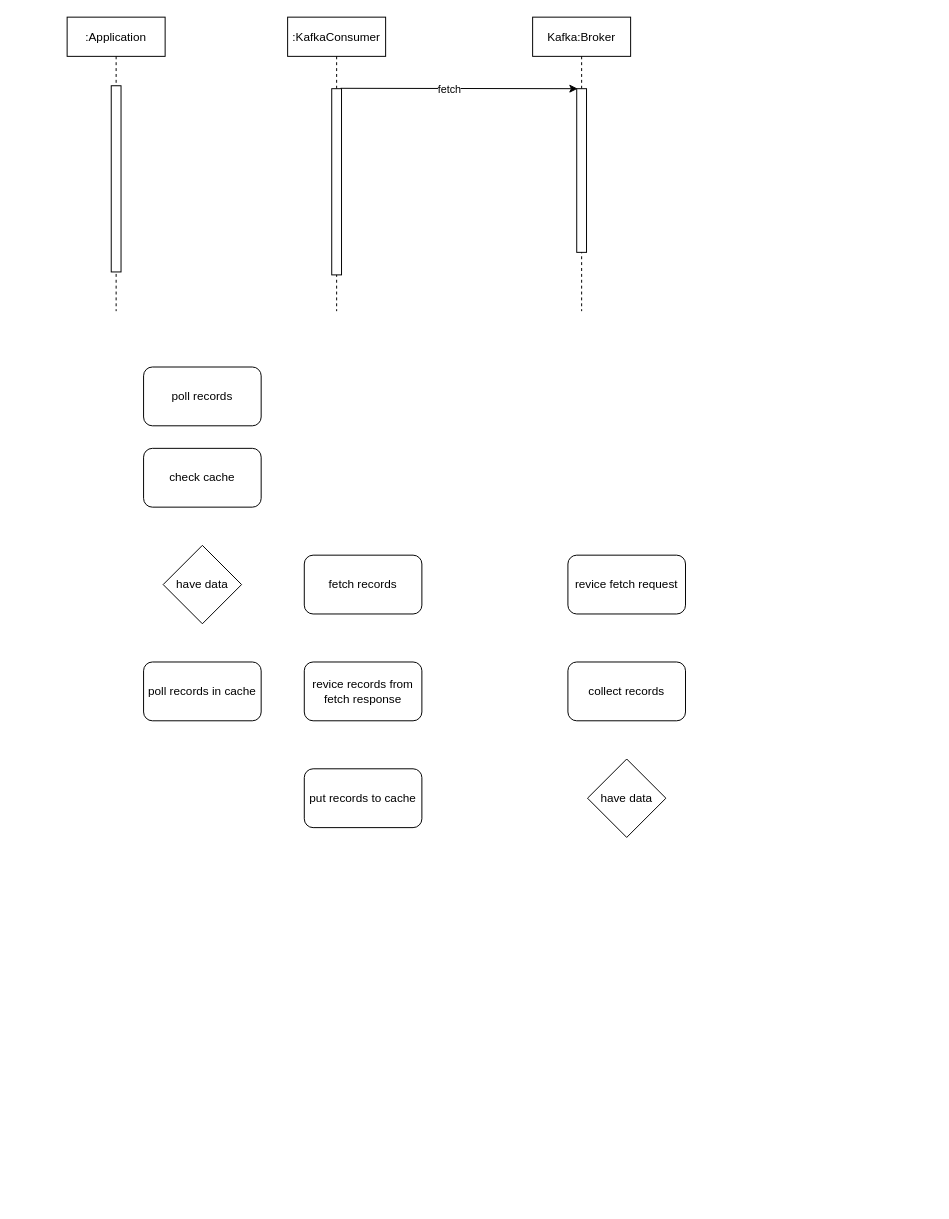
Before: Untitled Diagram.drawio in minhtran-q/kafka-knownledge, a draw.io diagram. Source tidied: cells renumbered, new cells numbered last; positions are measured from the earlier drawing's top-left corner, leaving out a move shared by most shapes. Both pictures are drawn from the tidied source at 98%, with x=0, y=0 at pixel (67, 17).
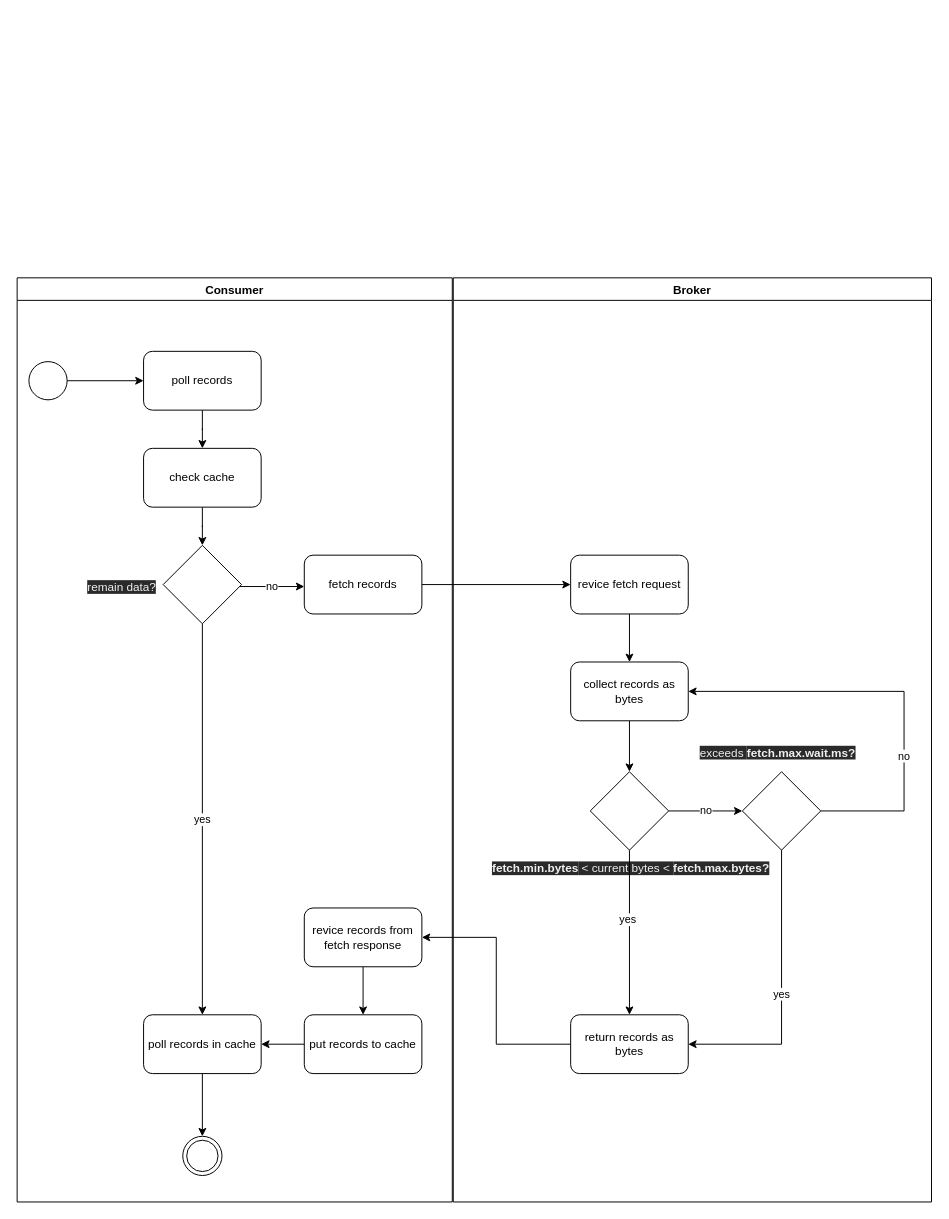
After the change.

The change refers to these unchanged cells:
```xml
<mxCell id="10" value="fetch records" style="rounded=1;whiteSpace=wrap;html=1;" parent="1" vertex="1">
  <mxGeometry x="242" y="549" width="120" height="60" as="geometry" />
</mxCell>
<mxCell id="16" value="check cache" style="rounded=1;whiteSpace=wrap;html=1;" parent="1" vertex="1">
  <mxGeometry x="78" y="440" width="120" height="60" as="geometry" />
</mxCell>
```

What changed in the source:
```diff
@@
-    <mxCell id="2" value=":KafkaConsumer" style="shape=umlLifeline;perimeter=lifelinePerimeter;rounded=0;shadow=0;strokeWidth=1;" parent="1" vertex="1">
-      <mxGeometry x="225" width="100" height="300" as="geometry" />
-    </mxCell>
-    <mxCell id="3" style="perimeter=orthogonalPerimeter;rounded=0;shadow=0;strokeWidth=1;" parent="2" vertex="1">
-      <mxGeometry x="45" y="73" width="10" height="190" as="geometry" />
-    </mxCell>
-    <mxCell id="4" value="Kafka:Broker" style="shape=umlLifeline;perimeter=lifelinePerimeter;rounded=0;shadow=0;strokeWidth=1;" parent="1" vertex="1">
-      <mxGeometry x="475" width="100" height="300" as="geometry" />
-    </mxCell>
-    <mxCell id="5" style="perimeter=orthogonalPerimeter;rounded=0;shadow=0;strokeWidth=1;" parent="4" vertex="1">
-      <mxGeometry x="45" y="73" width="10" height="167" as="geometry" />
-    </mxCell>
-    <mxCell id="6" value=":Application" style="shape=umlLifeline;perimeter=lifelinePerimeter;rounded=0;shadow=0;strokeWidth=1;" parent="1" vertex="1">
-      <mxGeometry width="100" height="300" as="geometry" />
-    </mxCell>
-    <mxCell id="7" style="perimeter=orthogonalPerimeter;rounded=0;shadow=0;strokeWidth=1;" parent="6" vertex="1">
-      <mxGeometry x="45" y="70" width="10" height="190" as="geometry" />
-    </mxCell>
-    <mxCell id="8" style="endArrow=classic;html=1;rounded=0;exitX=0.54;exitY=0.242;exitDx=0;exitDy=0;exitPerimeter=0;" parent="1" edge="1" source="2">
-      <mxGeometry relative="1" as="geometry">
-        <mxPoint x="521" y="73" as="targetPoint" />
-      </mxGeometry>
-    </mxCell>
-    <mxCell id="9" value="fetch" style="edgeLabel;html=1;align=center;verticalAlign=middle;" parent="8" vertex="1">
-      <mxGeometry x="0.2" y="-1" relative="1" as="geometry">
-        <mxPoint x="-34" as="offset" />
-      </mxGeometry>
-    </mxCell>
+    <mxCell id="20" style="edgeStyle=orthogonalEdgeStyle;rounded=0;jettySize=auto;html=1;" parent="1" edge="1" source="10" target="11">
+      <mxGeometry relative="1" as="geometry" />
+    </mxCell>
@@
+    <mxCell id="21" style="edgeStyle=orthogonalEdgeStyle;rounded=0;jettySize=auto;html=1;" parent="1" edge="1" source="11" target="12">
+      <mxGeometry relative="1" as="geometry" />
+    </mxCell>
     <mxCell id="11" value="revice fetch request" style="rounded=1;whiteSpace=wrap;html=1;" parent="1" vertex="1">
-      <mxGeometry x="511" y="549" width="120" height="60" as="geometry" />
+      <mxGeometry x="513.8" y="549" width="120" height="60" as="geometry" />
     </mxCell>
+    <mxCell id="22" style="edgeStyle=orthogonalEdgeStyle;rounded=0;jettySize=auto;html=1;" parent="1" edge="1" source="12" target="36">
+      <mxGeometry relative="1" as="geometry" />
+    </mxCell>
-    <mxCell id="12" value="collect records" style="rounded=1;whiteSpace=wrap;html=1;" parent="1" vertex="1">
-      <mxGeometry x="511" y="658" width="120" height="60" as="geometry" />
+    <mxCell id="12" value="collect records as bytes" style="rounded=1;whiteSpace=wrap;html=1;" parent="1" vertex="1">
+      <mxGeometry x="513.8" y="658" width="120" height="60" as="geometry" />
     </mxCell>
+    <mxCell id="23" style="edgeStyle=orthogonalEdgeStyle;rounded=0;jettySize=auto;html=1;" parent="1" edge="1" source="13" target="16">
+      <mxGeometry relative="1" as="geometry" />
+    </mxCell>
     <mxCell id="13" value="poll records" style="rounded=1;whiteSpace=wrap;html=1;" parent="1" vertex="1">
-      <mxGeometry x="78" y="357" width="120" height="60" as="geometry" />
+      <mxGeometry x="78" y="341" width="120" height="60" as="geometry" />
     </mxCell>
+    <mxCell id="24" value="no" style="edgeStyle=orthogonalEdgeStyle;rounded=0;jettySize=auto;html=1;" parent="1" edge="1" source="14" target="10">
+      <mxGeometry relative="1" as="geometry">
+        <Array as="points">
+          <mxPoint x="203" y="581" />
+          <mxPoint x="203" y="581" />
+        </Array>
+      </mxGeometry>
+    </mxCell>
+    <mxCell id="25" value="yes" style="edgeStyle=orthogonalEdgeStyle;rounded=0;jettySize=auto;html=1;" parent="1" edge="1" source="14" target="15">
+      <mxGeometry relative="1" as="geometry" />
+    </mxCell>
-    <mxCell id="14" value="have data" style="rhombus;whiteSpace=wrap;html=1;" parent="1" vertex="1">
+    <mxCell id="14" style="rhombus;whiteSpace=wrap;html=1;" parent="1" vertex="1">
       <mxGeometry x="98" y="539" width="80" height="80" as="geometry" />
     </mxCell>
+    <mxCell id="26" style="edgeStyle=orthogonalEdgeStyle;rounded=0;jettySize=auto;html=1;" parent="1" edge="1" source="15" target="41">
+      <mxGeometry relative="1" as="geometry" />
+    </mxCell>
     <mxCell id="15" value="poll records in cache" style="rounded=1;whiteSpace=wrap;html=1;" parent="1" vertex="1">
-      <mxGeometry x="78" y="658" width="120" height="60" as="geometry" />
+      <mxGeometry x="78" y="1018" width="120" height="60" as="geometry" />
     </mxCell>
+    <mxCell id="27" style="edgeStyle=orthogonalEdgeStyle;rounded=0;jettySize=auto;html=1;" parent="1" edge="1" source="16" target="14">
+      <mxGeometry relative="1" as="geometry" />
+    </mxCell>
@@
+    <mxCell id="28" style="edgeStyle=orthogonalEdgeStyle;rounded=0;jettySize=auto;html=1;" parent="1" edge="1" source="17" target="18">
+      <mxGeometry relative="1" as="geometry" />
+    </mxCell>
     <mxCell id="17" value="revice records from fetch response" style="rounded=1;whiteSpace=wrap;html=1;" parent="1" vertex="1">
-      <mxGeometry x="242" y="658" width="120" height="60" as="geometry" />
+      <mxGeometry x="242" y="909" width="120" height="60" as="geometry" />
     </mxCell>
+    <mxCell id="29" style="edgeStyle=orthogonalEdgeStyle;rounded=0;jettySize=auto;html=1;" parent="1" edge="1" source="18" target="15">
+      <mxGeometry relative="1" as="geometry" />
+    </mxCell>
     <mxCell id="18" value="put records to cache" style="rounded=1;whiteSpace=wrap;html=1;" parent="1" vertex="1">
-      <mxGeometry x="242" y="767" width="120" height="60" as="geometry" />
+      <mxGeometry x="242" y="1018" width="120" height="60" as="geometry" />
     </mxCell>
-    <mxCell id="19" value="have data" style="rhombus;whiteSpace=wrap;html=1;" parent="1" vertex="1">
-      <mxGeometry x="531" y="757" width="80" height="80" as="geometry" />
-    </mxCell>
+    <mxCell id="30" value="&lt;span style=&quot;color: rgb(240 , 240 , 240) ; font-family: &amp;#34;helvetica&amp;#34; ; font-size: 12px ; font-style: normal ; letter-spacing: normal ; text-align: center ; text-indent: 0px ; text-transform: none ; word-spacing: 0px ; background-color: rgb(42 , 42 , 42) ; display: inline ; float: none&quot;&gt;&lt;b&gt;fetch.min.bytes&lt;/b&gt;&lt;/span&gt;&lt;span style=&quot;color: rgb(240 , 240 , 240) ; font-family: &amp;#34;helvetica&amp;#34; ; font-size: 12px ; font-style: normal ; font-weight: 400 ; letter-spacing: normal ; text-align: center ; text-indent: 0px ; text-transform: none ; word-spacing: 0px ; background-color: rgb(42 , 42 , 42) ; display: inline ; float: none&quot;&gt; &amp;lt; current bytes &amp;lt; &lt;/span&gt;&lt;span style=&quot;color: rgb(240 , 240 , 240) ; font-family: &amp;#34;helvetica&amp;#34; ; font-size: 12px ; font-style: normal ; letter-spacing: normal ; text-align: center ; text-indent: 0px ; text-transform: none ; word-spacing: 0px ; background-color: rgb(42 , 42 , 42) ; display: inline ; float: none&quot;&gt;&lt;b&gt;fetch.max.bytes?&lt;/b&gt;&lt;/span&gt;" style="text;whiteSpace=wrap;html=1;" parent="1" vertex="1">
+      <mxGeometry x="432" y="855" width="289.5" height="28" as="geometry" />
+    </mxCell>
+    <mxCell id="31" style="edgeStyle=orthogonalEdgeStyle;rounded=0;jettySize=auto;html=1;entryX=1;entryY=0.5;entryDx=0;entryDy=0;" parent="1" edge="1" source="32" target="17">
+      <mxGeometry relative="1" as="geometry" />
+    </mxCell>
+    <mxCell id="32" value="return records as bytes" style="rounded=1;whiteSpace=wrap;html=1;" parent="1" vertex="1">
+      <mxGeometry x="513.8" y="1018" width="120" height="60" as="geometry" />
+    </mxCell>
+    <mxCell id="33" style="edgeStyle=orthogonalEdgeStyle;rounded=0;jettySize=auto;html=1;" parent="1" edge="1" source="36" target="32">
+      <mxGeometry relative="1" as="geometry" />
+    </mxCell>
+    <mxCell id="34" value="yes" style="edgeLabel;html=1;align=center;verticalAlign=middle;" parent="33" vertex="1">
+      <mxGeometry x="-0.17" y="-2" relative="1" as="geometry" />
+    </mxCell>
+    <mxCell id="35" value="no" style="edgeStyle=orthogonalEdgeStyle;rounded=0;jettySize=auto;html=1;entryX=0;entryY=0.5;entryDx=0;entryDy=0;" parent="1" edge="1" source="36" target="43">
+      <mxGeometry relative="1" as="geometry" />
+    </mxCell>
+    <mxCell id="36" style="rhombus;whiteSpace=wrap;html=1;" parent="1" vertex="1">
+      <mxGeometry x="533.8" y="770" width="80" height="80" as="geometry" />
+    </mxCell>
+    <mxCell id="37" style="edgeStyle=orthogonalEdgeStyle;rounded=0;jettySize=auto;html=1;" parent="1" edge="1" source="38" target="13">
+      <mxGeometry relative="1" as="geometry" />
+    </mxCell>
+    <mxCell id="38" style="ellipse;whiteSpace=wrap;html=1;" parent="1" vertex="1">
+      <mxGeometry x="-39" y="351.5" width="39" height="39" as="geometry" />
+    </mxCell>
+    <mxCell id="39" value="Consumer" style="swimlane;" parent="1" vertex="1">
+      <mxGeometry x="-51" y="266" width="444" height="943" as="geometry" />
+    </mxCell>
+    <mxCell id="40" value="&lt;span style=&quot;color: rgb(240, 240, 240); font-family: helvetica; font-size: 12px; font-style: normal; font-weight: 400; letter-spacing: normal; text-align: center; text-indent: 0px; text-transform: none; word-spacing: 0px; background-color: rgb(42, 42, 42); display: inline; float: none;&quot;&gt;remain data?&lt;/span&gt;" style="text;whiteSpace=wrap;html=1;" parent="39" vertex="1">
+      <mxGeometry x="70" y="302" width="90" height="28" as="geometry" />
+    </mxCell>
+    <mxCell id="41" style="ellipse;shape=doubleEllipse;whiteSpace=wrap;html=1;" parent="39" vertex="1">
+      <mxGeometry x="169" y="876" width="40" height="40" as="geometry" />
+    </mxCell>
+    <mxCell id="42" value="Broker" style="swimlane;" parent="1" vertex="1">
+      <mxGeometry x="394" y="266" width="488" height="943" as="geometry" />
+    </mxCell>
+    <mxCell id="43" style="rhombus;whiteSpace=wrap;html=1;" parent="42" vertex="1">
+      <mxGeometry x="295" y="504" width="80" height="80" as="geometry" />
+    </mxCell>
+    <mxCell id="44" value="&lt;span style=&quot;color: rgb(240 , 240 , 240) ; font-family: &amp;#34;helvetica&amp;#34; ; font-size: 12px ; font-style: normal ; font-weight: 400 ; letter-spacing: normal ; text-align: center ; text-indent: 0px ; text-transform: none ; word-spacing: 0px ; background-color: rgb(42 , 42 , 42) ; display: inline ; float: none&quot;&gt;exceeds&amp;nbsp;&lt;/span&gt;&lt;b style=&quot;color: rgb(240 , 240 , 240) ; font-family: &amp;#34;helvetica&amp;#34; ; font-size: 12px ; font-style: normal ; letter-spacing: normal ; text-align: center ; text-indent: 0px ; text-transform: none ; word-spacing: 0px ; background-color: rgb(42 , 42 , 42)&quot;&gt;fetch.max.wait.ms?&lt;/b&gt;" style="text;whiteSpace=wrap;html=1;" parent="42" vertex="1">
+      <mxGeometry x="249.5" y="471" width="171" height="28" as="geometry" />
+    </mxCell>
+    <mxCell id="45" value="yes" style="edgeStyle=orthogonalEdgeStyle;rounded=0;jettySize=auto;html=1;entryX=1;entryY=0.5;entryDx=0;entryDy=0;exitX=0.5;exitY=1;exitDx=0;exitDy=0;" parent="1" edge="1" source="43" target="32">
+      <mxGeometry relative="1" as="geometry">
+        <Array as="points">
+          <mxPoint x="729" y="1048" />
+        </Array>
+      </mxGeometry>
+    </mxCell>
+    <mxCell id="46" value="no" style="edgeStyle=orthogonalEdgeStyle;rounded=0;jettySize=auto;html=1;entryX=1;entryY=0.5;entryDx=0;entryDy=0;" parent="1" edge="1" source="43" target="12">
+      <mxGeometry x="-0.34" relative="1" as="geometry">
+        <Array as="points">
+          <mxPoint x="854" y="810" />
+          <mxPoint x="854" y="688" />
+        </Array>
+      </mxGeometry>
+    </mxCell>
```
